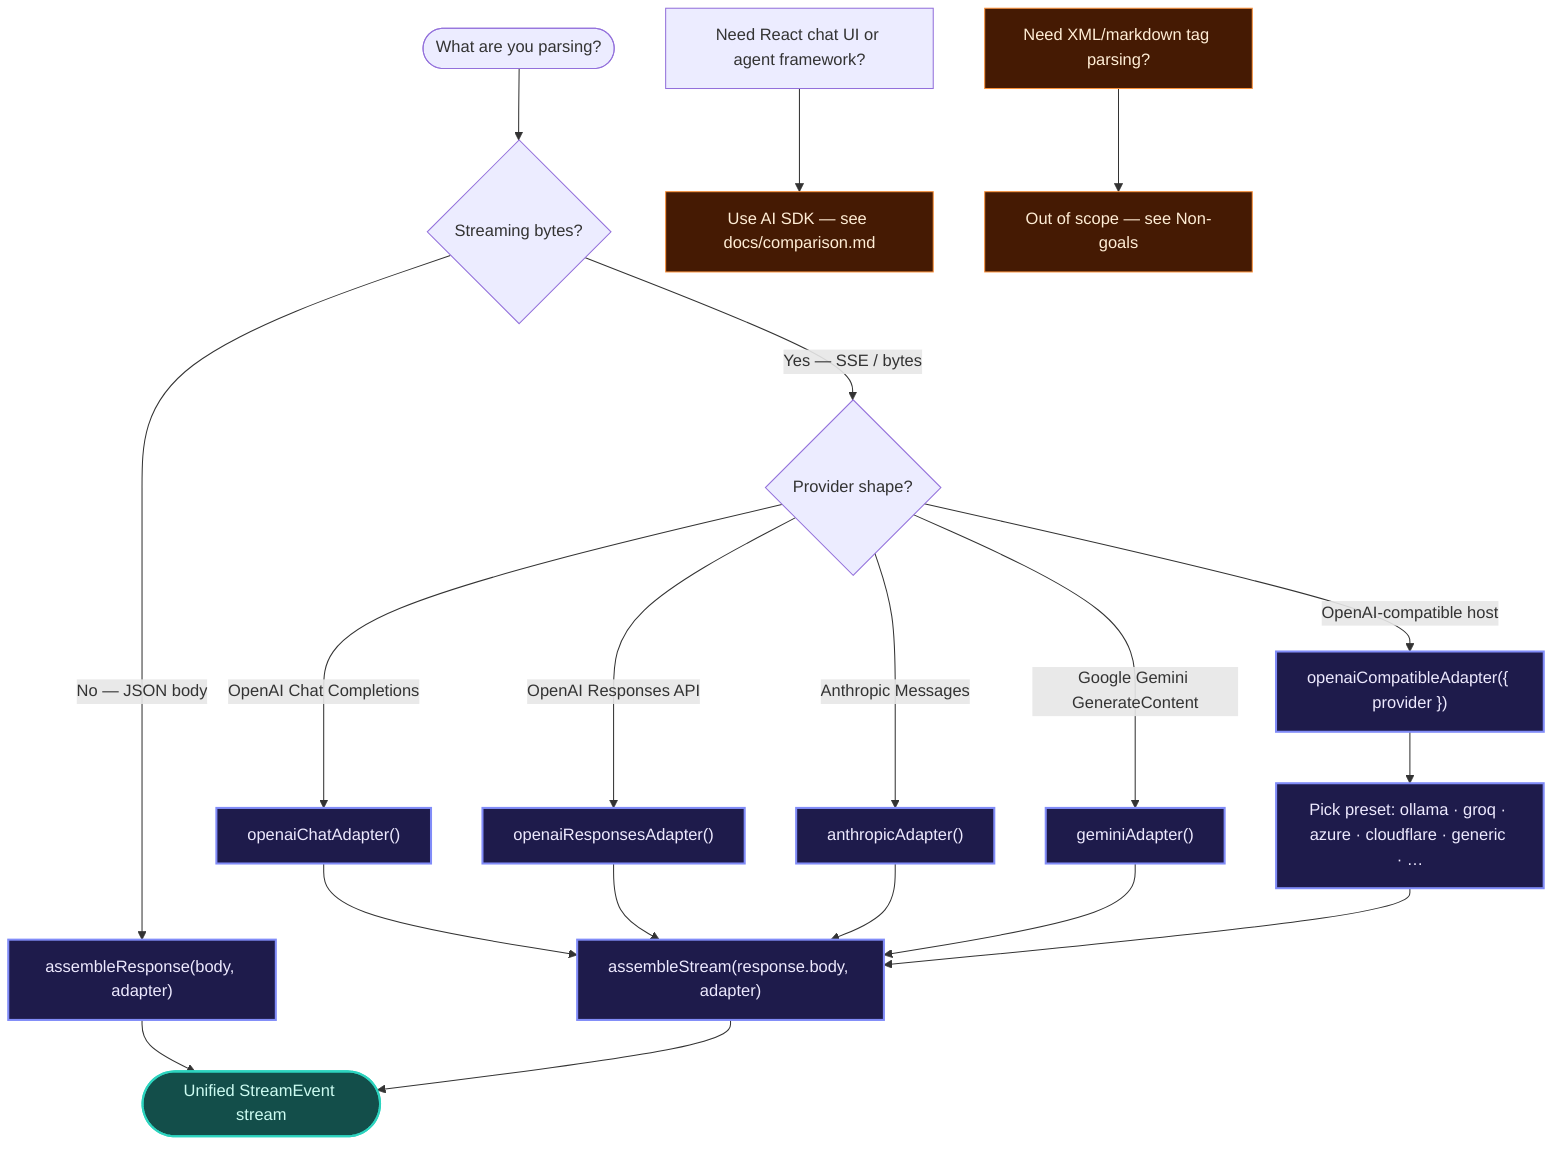
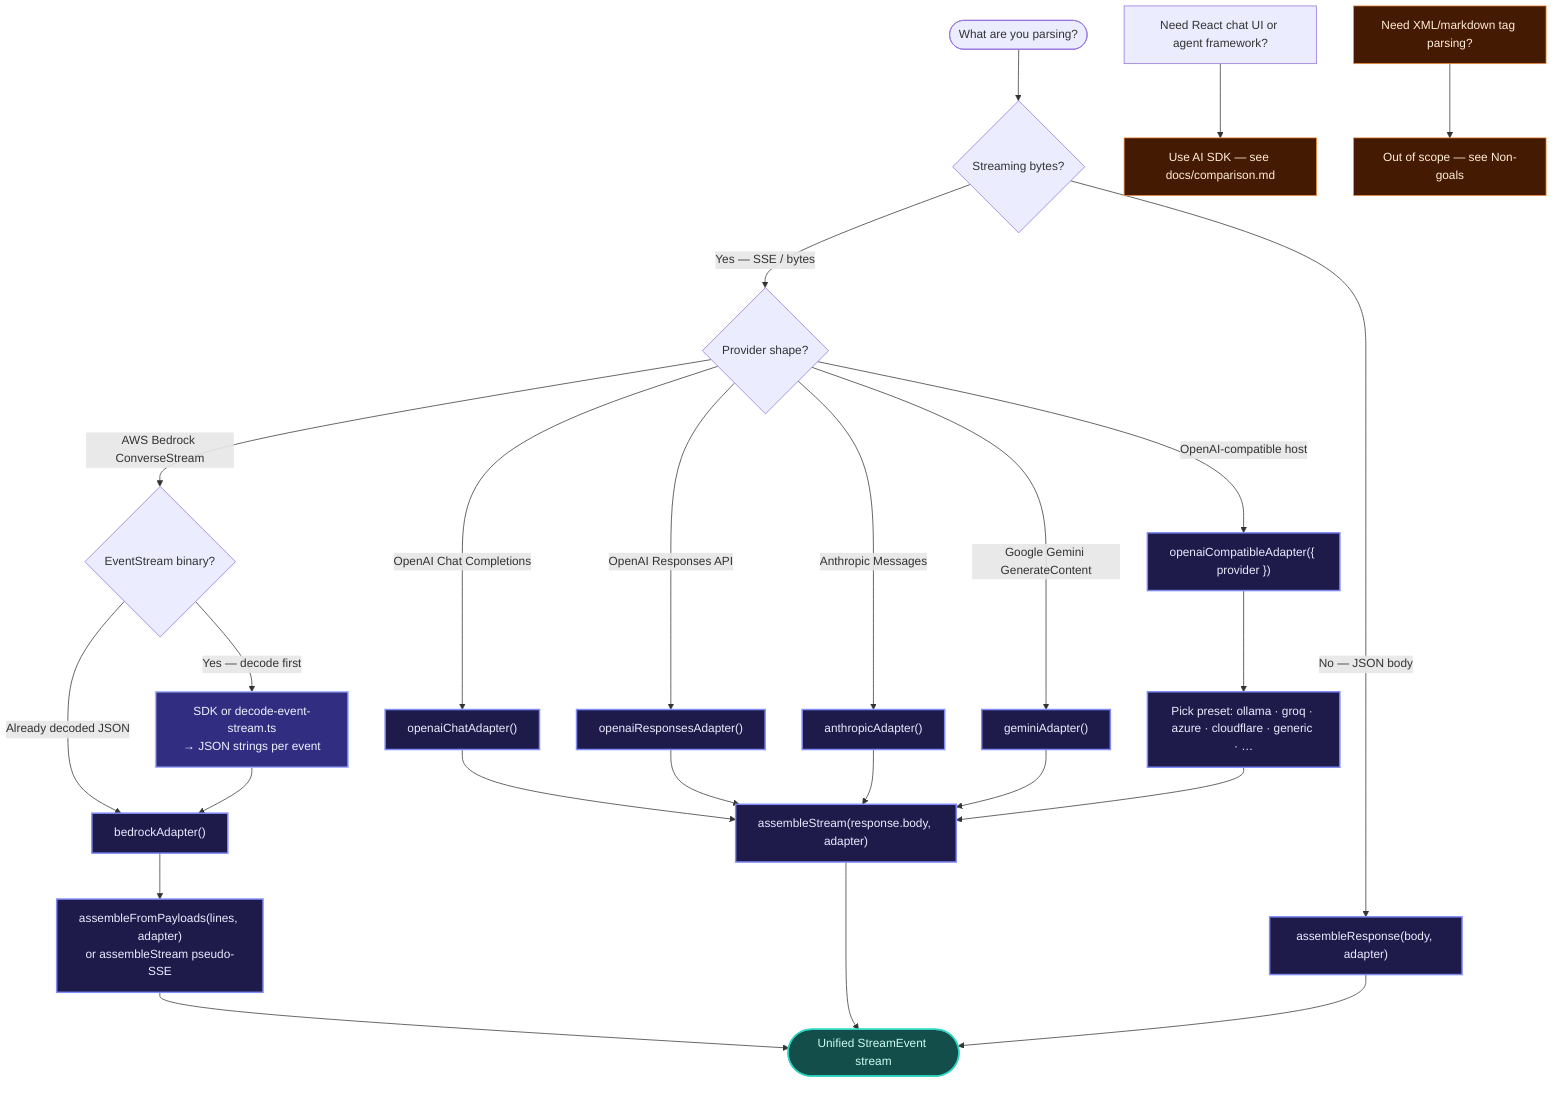
flowchart TD
	START(["What are you parsing?"])

	START --> STREAM{Streaming bytes?}
	STREAM -->|No — JSON body| RESP["assembleResponse(body, adapter)"]
	STREAM -->|Yes — SSE / bytes| SHAPE{Provider shape?}

	SHAPE -->|OpenAI Chat Completions| OAI["openaiChatAdapter()"]
	SHAPE -->|OpenAI Responses API| OAR["openaiResponsesAdapter()"]
	SHAPE -->|Anthropic Messages| ANT["anthropicAdapter()"]
	SHAPE -->|Google Gemini GenerateContent| GEM["geminiAdapter()"]
+ 	SHAPE -->|AWS Bedrock ConverseStream| BRD{EventStream binary?}
	SHAPE -->|OpenAI-compatible host| COMP["openaiCompatibleAdapter({ provider })"]
+ 
+ 	BRD -->|Yes — decode first| DEC["SDK or decode-event-stream.ts<br/>→ JSON strings per event"]
+ 	BRD -->|Already decoded JSON| BR["bedrockAdapter()"]
+ 	DEC --> BR

	COMP --> PRESET["Pick preset: ollama · groq · azure · cloudflare · generic · …"]

	OAI --> ASM["assembleStream(response.body, adapter)"]
	OAR --> ASM
	ANT --> ASM
	GEM --> ASM
+ 	BR --> ASMP["assembleFromPayloads(lines, adapter)<br/>or assembleStream pseudo-SSE"]
	PRESET --> ASM
- 	RESP --> DONE(["Unified StreamEvent stream"])
- 
+ 	ASMP --> DONE(["Unified StreamEvent stream"])
	ASM --> DONE
+ 	RESP --> DONE

	UI["Need React chat UI or agent framework?"]
	UI --> SDK["Use AI SDK — see docs/comparison.md"]
	TAG["Need XML/markdown tag parsing?"]
	TAG --> NO["Out of scope — see Non-goals"]

	classDef pick fill:#1e1b4b,stroke:#818cf8,stroke-width:2px,color:#ede9fe
	classDef out fill:#134e4a,stroke:#2dd4bf,stroke-width:2px,color:#ccfbf1
	classDef warn fill:#451a03,stroke:#fb923c,stroke-width:1px,color:#ffedd5
+ 	classDef decode fill:#312e81,stroke:#a5b4fc,stroke-width:2px,color:#eef2ff

- 	class OAI,OAR,ANT,GEM,COMP,PRESET,ASM,RESP pick
+ 	class OAI,OAR,ANT,GEM,BR,COMP,PRESET,ASM,ASMP,RESP pick
+ 	class DEC decode
	class DONE out
	class SDK,TAG,NO warn
